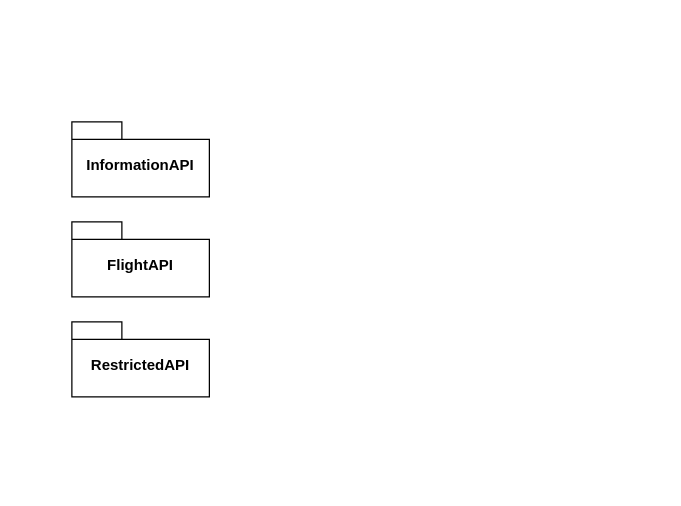
oskarbreindahl/Softwarebyggehygge keeps this draw.io diagram as Diagrams/packages[module].drawio. Above is the earlier version. Source tidied: cells renumbered, new cells numbered last; positions are measured from the earlier drawing's top-left corner, leaving out a move shared by most shapes. Both pictures are drawn from the tidied source at 125%, with x=0, y=0 at pixel (71, 121).
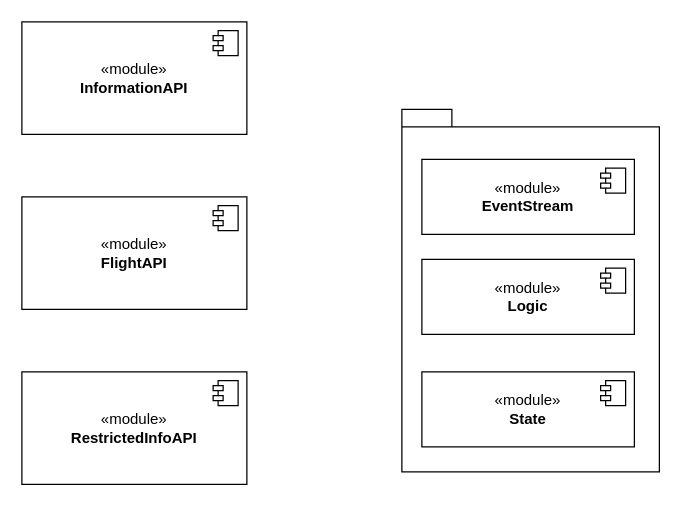
The same page after the edit.

What changed in the source:
```diff
@@
 <mxGraphModel>
   <root>
     <mxCell id="0" />
     <mxCell id="1" parent="0" />
-    <mxCell id="2" value="InformationAPI" style="shape=folder;fontStyle=1;spacingTop=10;tabWidth=40;tabHeight=14;tabPosition=left;html=1;whiteSpace=wrap;" parent="1" vertex="1">
-      <mxGeometry width="110" height="60" as="geometry" />
-    </mxCell>
-    <mxCell id="3" value="FlightAPI" style="shape=folder;fontStyle=1;spacingTop=10;tabWidth=40;tabHeight=14;tabPosition=left;html=1;whiteSpace=wrap;" parent="1" vertex="1">
-      <mxGeometry y="80" width="110" height="60" as="geometry" />
-    </mxCell>
-    <mxCell id="4" value="RestrictedAPI" style="shape=folder;fontStyle=1;spacingTop=10;tabWidth=40;tabHeight=14;tabPosition=left;html=1;whiteSpace=wrap;" parent="1" vertex="1">
-      <mxGeometry y="160" width="110" height="60" as="geometry" />
-    </mxCell>
+    <mxCell id="5" value="«module»&lt;br&gt;&lt;b&gt;InformationAPI&lt;/b&gt;" style="html=1;whiteSpace=wrap;" parent="1" vertex="1">
+      <mxGeometry x="-40" y="-80" width="180" height="90" as="geometry" />
+    </mxCell>
+    <mxCell id="6" style="shape=module;jettyWidth=8;jettyHeight=4;" parent="5" vertex="1">
+      <mxGeometry x="1" width="20" height="20" relative="1" as="geometry">
+        <mxPoint x="-27" y="7" as="offset" />
+      </mxGeometry>
+    </mxCell>
+    <mxCell id="7" value="«module»&lt;br&gt;&lt;b&gt;FlightAPI&lt;/b&gt;" style="html=1;whiteSpace=wrap;" parent="1" vertex="1">
+      <mxGeometry x="-40" y="60" width="180" height="90" as="geometry" />
+    </mxCell>
+    <mxCell id="8" style="shape=module;jettyWidth=8;jettyHeight=4;" parent="7" vertex="1">
+      <mxGeometry x="1" width="20" height="20" relative="1" as="geometry">
+        <mxPoint x="-27" y="7" as="offset" />
+      </mxGeometry>
+    </mxCell>
+    <mxCell id="9" value="«module»&lt;br&gt;&lt;b&gt;RestrictedInfoAPI&lt;/b&gt;" style="html=1;whiteSpace=wrap;" parent="1" vertex="1">
+      <mxGeometry x="-40" y="200" width="180" height="90" as="geometry" />
+    </mxCell>
+    <mxCell id="10" style="shape=module;jettyWidth=8;jettyHeight=4;" parent="9" vertex="1">
+      <mxGeometry x="1" width="20" height="20" relative="1" as="geometry">
+        <mxPoint x="-27" y="7" as="offset" />
+      </mxGeometry>
+    </mxCell>
+    <mxCell id="11" value="«module»&lt;br&gt;&lt;b&gt;Logic&lt;/b&gt;" style="html=1;whiteSpace=wrap;" parent="1" vertex="1">
+      <mxGeometry x="280" y="110" width="170" height="60" as="geometry" />
+    </mxCell>
+    <mxCell id="12" style="shape=module;jettyWidth=8;jettyHeight=4;" parent="11" vertex="1">
+      <mxGeometry x="1" width="20" height="20" relative="1" as="geometry">
+        <mxPoint x="-27" y="7" as="offset" />
+      </mxGeometry>
+    </mxCell>
+    <mxCell id="13" value="«module»&lt;br&gt;&lt;b&gt;State&lt;/b&gt;" style="html=1;whiteSpace=wrap;" parent="1" vertex="1">
+      <mxGeometry x="280" y="200" width="170" height="60" as="geometry" />
+    </mxCell>
+    <mxCell id="14" style="shape=module;jettyWidth=8;jettyHeight=4;" parent="13" vertex="1">
+      <mxGeometry x="1" width="20" height="20" relative="1" as="geometry">
+        <mxPoint x="-27" y="7" as="offset" />
+      </mxGeometry>
+    </mxCell>
+    <mxCell id="15" value="«module»&lt;br&gt;&lt;b&gt;EventStream&lt;/b&gt;" style="html=1;whiteSpace=wrap;" parent="1" vertex="1">
+      <mxGeometry x="280" y="30" width="170" height="60" as="geometry" />
+    </mxCell>
+    <mxCell id="16" style="shape=module;jettyWidth=8;jettyHeight=4;" parent="15" vertex="1">
+      <mxGeometry x="1" width="20" height="20" relative="1" as="geometry">
+        <mxPoint x="-27" y="7" as="offset" />
+      </mxGeometry>
+    </mxCell>
+    <mxCell id="17" style="shape=folder;fontStyle=1;spacingTop=10;tabWidth=40;tabHeight=14;tabPosition=left;html=1;whiteSpace=wrap;fillColor=none;" parent="1" vertex="1">
+      <mxGeometry x="264" y="-10" width="206" height="290" as="geometry" />
+    </mxCell>
   </root>
 </mxGraphModel>
```
